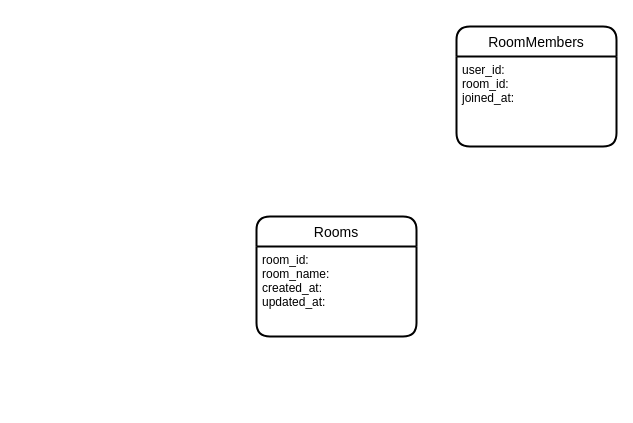
hamuchan214/CN2024morigaki keeps this draw.io diagram as server/ER.dio. Above is the earlier version. Source tidied: cells renumbered, new cells numbered last; positions are measured from the earlier drawing's top-left corner, leaving out a move shared by most shapes. Both pictures are drawn from the tidied source at 100%, with x=0, y=0 at pixel (256, 26).
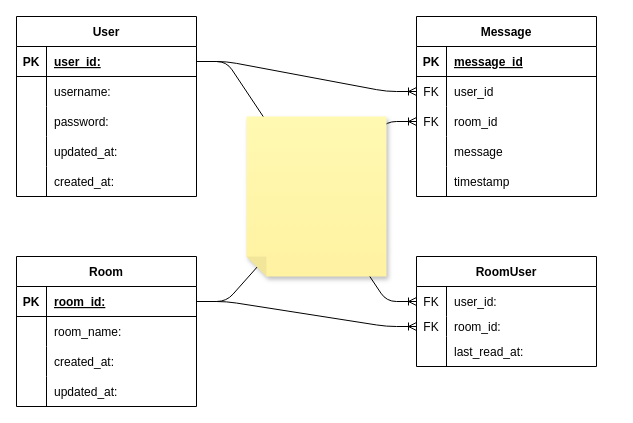
Above is the later version.

Change to the diagram source:
```diff
@@
-    <mxCell id="2" value="Rooms" style="swimlane;horizontal=1;startSize=30;rounded=1;fontSize=14;fontStyle=0;strokeWidth=2;shadow=0;dashed=0;align=center;" parent="1" vertex="1">
-      <mxGeometry y="190" width="160" height="120" as="geometry" />
-    </mxCell>
-    <mxCell id="3" value="room_id:&#10;room_name:&#10;created_at:&#10;updated_at:" style="align=left;strokeColor=none;fillColor=none;spacingLeft=4;fontSize=12;verticalAlign=top;" parent="2" vertex="1">
-      <mxGeometry y="30" width="160" height="90" as="geometry" />
-    </mxCell>
-    <mxCell id="4" value="RoomMembers" style="swimlane;horizontal=1;startSize=30;rounded=1;fontSize=14;fontStyle=0;strokeWidth=2;shadow=0;dashed=0;align=center;" parent="1" vertex="1">
-      <mxGeometry x="200" width="160" height="120" as="geometry" />
-    </mxCell>
-    <mxCell id="5" value="user_id:&#10;room_id:&#10;joined_at:" style="align=left;strokeColor=none;fillColor=none;spacingLeft=4;fontSize=12;verticalAlign=top;" parent="4" vertex="1">
-      <mxGeometry y="30" width="160" height="90" as="geometry" />
-    </mxCell>
+    <mxCell id="6" value="Message" style="shape=table;startSize=30;childLayout=tableLayout;rowLines=0;fontStyle=1;align=center;" parent="1" vertex="1">
+      <mxGeometry x="160" y="-10" width="180" height="180" as="geometry" />
+    </mxCell>
+    <mxCell id="7" style="shape=tableRow;horizontal=0;startSize=0;swimlaneHead=0;swimlaneBody=0;fillColor=none;top=0;left=0;right=0;bottom=1;" parent="6" vertex="1">
+      <mxGeometry y="30" width="180" height="30" as="geometry" />
+    </mxCell>
+    <mxCell id="8" value="PK" style="shape=partialRectangle;fillColor=none;top=0;left=0;bottom=0;right=0;fontStyle=1;overflow=hidden;" parent="7" vertex="1">
+      <mxGeometry width="30" height="30" as="geometry" />
+    </mxCell>
+    <mxCell id="9" value="message_id" style="shape=partialRectangle;fillColor=none;top=0;left=0;bottom=0;right=0;align=left;spacingLeft=6;fontStyle=5;overflow=hidden;" parent="7" vertex="1">
+      <mxGeometry x="30" width="150" height="30" as="geometry" />
+    </mxCell>
+    <mxCell id="10" style="shape=tableRow;horizontal=0;startSize=0;swimlaneHead=0;swimlaneBody=0;fillColor=none;points=[[0,0.5],[1,0.5]];portConstraint=eastwest;top=0;left=0;right=0;bottom=0;" parent="6" vertex="1">
+      <mxGeometry y="60" width="180" height="30" as="geometry" />
+    </mxCell>
+    <mxCell id="11" value="FK" style="shape=partialRectangle;fillColor=none;top=0;left=0;bottom=0;right=0;overflow=hidden;" parent="10" vertex="1">
+      <mxGeometry width="30" height="30" as="geometry" />
+    </mxCell>
+    <mxCell id="12" value="user_id" style="shape=partialRectangle;fillColor=none;top=0;left=0;bottom=0;right=0;align=left;spacingLeft=6;overflow=hidden;" parent="10" vertex="1">
+      <mxGeometry x="30" width="150" height="30" as="geometry" />
+    </mxCell>
+    <mxCell id="13" style="shape=tableRow;horizontal=0;startSize=0;swimlaneHead=0;swimlaneBody=0;fillColor=none;points=[[0,0.5],[1,0.5]];portConstraint=eastwest;top=0;left=0;right=0;bottom=0;" parent="6" vertex="1">
+      <mxGeometry y="90" width="180" height="30" as="geometry" />
+    </mxCell>
+    <mxCell id="14" value="FK" style="shape=partialRectangle;fillColor=none;top=0;left=0;bottom=0;right=0;overflow=hidden;" parent="13" vertex="1">
+      <mxGeometry width="30" height="30" as="geometry" />
+    </mxCell>
+    <mxCell id="15" value="room_id   " style="shape=partialRectangle;fillColor=none;top=0;left=0;bottom=0;right=0;align=left;spacingLeft=6;overflow=hidden;" parent="13" vertex="1">
+      <mxGeometry x="30" width="150" height="30" as="geometry" />
+    </mxCell>
+    <mxCell id="16" style="shape=tableRow;horizontal=0;startSize=0;swimlaneHead=0;swimlaneBody=0;fillColor=none;top=0;left=0;right=0;bottom=0;" parent="6" vertex="1">
+      <mxGeometry y="120" width="180" height="30" as="geometry" />
+    </mxCell>
+    <mxCell id="17" style="shape=partialRectangle;fillColor=none;top=0;left=0;bottom=0;right=0;overflow=hidden;" parent="16" vertex="1">
+      <mxGeometry width="30" height="30" as="geometry" />
+    </mxCell>
+    <mxCell id="18" value="message" style="shape=partialRectangle;fillColor=none;top=0;left=0;bottom=0;right=0;align=left;spacingLeft=6;overflow=hidden;" parent="16" vertex="1">
+      <mxGeometry x="30" width="150" height="30" as="geometry" />
+    </mxCell>
+    <mxCell id="19" style="shape=tableRow;horizontal=0;startSize=0;swimlaneHead=0;swimlaneBody=0;fillColor=none;top=0;left=0;right=0;bottom=0;" parent="6" vertex="1">
+      <mxGeometry y="150" width="180" height="30" as="geometry" />
+    </mxCell>
+    <mxCell id="20" style="shape=partialRectangle;fillColor=none;top=0;left=0;bottom=0;right=0;overflow=hidden;" parent="19" vertex="1">
+      <mxGeometry width="30" height="30" as="geometry" />
+    </mxCell>
+    <mxCell id="21" value="timestamp" style="shape=partialRectangle;fillColor=none;top=0;left=0;bottom=0;right=0;align=left;spacingLeft=6;overflow=hidden;" parent="19" vertex="1">
+      <mxGeometry x="30" width="150" height="30" as="geometry" />
+    </mxCell>
+    <mxCell id="22" value="RoomUser" style="shape=table;startSize=30;childLayout=tableLayout;rowLines=0;fontStyle=1;align=center;" parent="1" vertex="1">
+      <mxGeometry x="160" y="230" width="180" height="110" as="geometry" />
+    </mxCell>
+    <mxCell id="23" style="shape=tableRow;horizontal=0;startSize=0;swimlaneHead=0;swimlaneBody=0;fillColor=none;points=[[0,0.5],[1,0.5]];portConstraint=eastwest;top=0;left=0;right=0;bottom=0;" parent="22" vertex="1">
+      <mxGeometry y="30" width="180" height="30" as="geometry" />
+    </mxCell>
+    <mxCell id="24" value="FK" style="shape=partialRectangle;fillColor=none;top=0;left=0;bottom=0;right=0;overflow=hidden;" parent="23" vertex="1">
+      <mxGeometry width="30" height="30" as="geometry" />
+    </mxCell>
+    <mxCell id="25" value="user_id:" style="shape=partialRectangle;fillColor=none;top=0;left=0;bottom=0;right=0;align=left;spacingLeft=6;overflow=hidden;" parent="23" vertex="1">
+      <mxGeometry x="30" width="150" height="30" as="geometry" />
+    </mxCell>
+    <mxCell id="26" style="shape=tableRow;horizontal=0;startSize=0;swimlaneHead=0;swimlaneBody=0;fillColor=none;points=[[0,0.5],[1,0.5]];portConstraint=eastwest;top=0;left=0;right=0;bottom=0;" parent="22" vertex="1">
+      <mxGeometry y="60" width="180" height="20" as="geometry" />
+    </mxCell>
+    <mxCell id="27" value="FK" style="shape=partialRectangle;fillColor=none;top=0;left=0;bottom=0;right=0;overflow=hidden;" parent="26" vertex="1">
+      <mxGeometry width="30" height="20" as="geometry" />
+    </mxCell>
+    <mxCell id="28" value="room_id: " style="shape=partialRectangle;fillColor=none;top=0;left=0;bottom=0;right=0;align=left;spacingLeft=6;overflow=hidden;" parent="26" vertex="1">
+      <mxGeometry x="30" width="150" height="20" as="geometry" />
+    </mxCell>
+    <mxCell id="29" style="shape=tableRow;horizontal=0;startSize=0;swimlaneHead=0;swimlaneBody=0;fillColor=none;top=0;left=0;right=0;bottom=0;" parent="22" vertex="1">
+      <mxGeometry y="80" width="180" height="30" as="geometry" />
+    </mxCell>
+    <mxCell id="30" style="shape=partialRectangle;fillColor=none;top=0;left=0;bottom=0;right=0;overflow=hidden;" parent="29" vertex="1">
+      <mxGeometry width="30" height="30" as="geometry" />
+    </mxCell>
+    <mxCell id="31" value="last_read_at:" style="shape=partialRectangle;fillColor=none;top=0;left=0;bottom=0;right=0;align=left;spacingLeft=6;overflow=hidden;" parent="29" vertex="1">
+      <mxGeometry x="30" width="150" height="30" as="geometry" />
+    </mxCell>
+    <mxCell id="32" value="User" style="shape=table;startSize=30;childLayout=tableLayout;rowLines=0;fontStyle=1;align=center;" parent="1" vertex="1">
+      <mxGeometry x="-240" y="-10" width="180" height="180" as="geometry" />
+    </mxCell>
+    <mxCell id="33" style="shape=tableRow;horizontal=0;startSize=0;swimlaneHead=0;swimlaneBody=0;fillColor=none;points=[[0,0.5],[1,0.5]];portConstraint=eastwest;top=0;left=0;right=0;bottom=1;" parent="32" vertex="1">
+      <mxGeometry y="30" width="180" height="30" as="geometry" />
+    </mxCell>
+    <mxCell id="34" value="PK" style="shape=partialRectangle;fillColor=none;top=0;left=0;bottom=0;right=0;fontStyle=1;overflow=hidden;" parent="33" vertex="1">
+      <mxGeometry width="30" height="30" as="geometry" />
+    </mxCell>
+    <mxCell id="35" value="user_id:" style="shape=partialRectangle;fillColor=none;top=0;left=0;bottom=0;right=0;align=left;spacingLeft=6;fontStyle=5;overflow=hidden;" parent="33" vertex="1">
+      <mxGeometry x="30" width="150" height="30" as="geometry" />
+    </mxCell>
+    <mxCell id="36" style="shape=tableRow;horizontal=0;startSize=0;swimlaneHead=0;swimlaneBody=0;fillColor=none;top=0;left=0;right=0;bottom=0;" parent="32" vertex="1">
+      <mxGeometry y="60" width="180" height="30" as="geometry" />
+    </mxCell>
+    <mxCell id="37" style="shape=partialRectangle;fillColor=none;top=0;left=0;bottom=0;right=0;overflow=hidden;" parent="36" vertex="1">
+      <mxGeometry width="30" height="30" as="geometry" />
+    </mxCell>
+    <mxCell id="38" value="username:" style="shape=partialRectangle;fillColor=none;top=0;left=0;bottom=0;right=0;align=left;spacingLeft=6;overflow=hidden;" parent="36" vertex="1">
+      <mxGeometry x="30" width="150" height="30" as="geometry" />
+    </mxCell>
+    <mxCell id="39" style="shape=tableRow;horizontal=0;startSize=0;swimlaneHead=0;swimlaneBody=0;fillColor=none;top=0;left=0;right=0;bottom=0;" parent="32" vertex="1">
+      <mxGeometry y="90" width="180" height="30" as="geometry" />
+    </mxCell>
+    <mxCell id="40" style="shape=partialRectangle;fillColor=none;top=0;left=0;bottom=0;right=0;overflow=hidden;" parent="39" vertex="1">
+      <mxGeometry width="30" height="30" as="geometry" />
+    </mxCell>
+    <mxCell id="41" value="password:" style="shape=partialRectangle;fillColor=none;top=0;left=0;bottom=0;right=0;align=left;spacingLeft=6;overflow=hidden;" parent="39" vertex="1">
+      <mxGeometry x="30" width="150" height="30" as="geometry" />
+    </mxCell>
+    <mxCell id="42" style="shape=tableRow;horizontal=0;startSize=0;swimlaneHead=0;swimlaneBody=0;fillColor=none;top=0;left=0;right=0;bottom=0;" parent="32" vertex="1">
+      <mxGeometry y="120" width="180" height="30" as="geometry" />
+    </mxCell>
+    <mxCell id="43" style="shape=partialRectangle;fillColor=none;top=0;left=0;bottom=0;right=0;overflow=hidden;" parent="42" vertex="1">
+      <mxGeometry width="30" height="30" as="geometry" />
+    </mxCell>
+    <mxCell id="44" value="updated_at:" style="shape=partialRectangle;fillColor=none;top=0;left=0;bottom=0;right=0;align=left;spacingLeft=6;overflow=hidden;" parent="42" vertex="1">
+      <mxGeometry x="30" width="150" height="30" as="geometry" />
+    </mxCell>
+    <mxCell id="45" style="shape=tableRow;horizontal=0;startSize=0;swimlaneHead=0;swimlaneBody=0;fillColor=none;top=0;left=0;right=0;bottom=0;" parent="32" vertex="1">
+      <mxGeometry y="150" width="180" height="30" as="geometry" />
+    </mxCell>
+    <mxCell id="46" style="shape=partialRectangle;fillColor=none;top=0;left=0;bottom=0;right=0;overflow=hidden;" parent="45" vertex="1">
+      <mxGeometry width="30" height="30" as="geometry" />
+    </mxCell>
+    <mxCell id="47" value="created_at:" style="shape=partialRectangle;fillColor=none;top=0;left=0;bottom=0;right=0;align=left;spacingLeft=6;overflow=hidden;" parent="45" vertex="1">
+      <mxGeometry x="30" width="150" height="30" as="geometry" />
+    </mxCell>
+    <mxCell id="48" value="Room" style="shape=table;startSize=30;childLayout=tableLayout;rowLines=0;fontStyle=1;align=center;" parent="1" vertex="1">
+      <mxGeometry x="-240" y="230" width="180" height="150" as="geometry" />
+    </mxCell>
+    <mxCell id="49" style="shape=tableRow;horizontal=0;startSize=0;swimlaneHead=0;swimlaneBody=0;fillColor=none;points=[[0,0.5],[1,0.5]];portConstraint=eastwest;top=0;left=0;right=0;bottom=1;" parent="48" vertex="1">
+      <mxGeometry y="30" width="180" height="30" as="geometry" />
+    </mxCell>
+    <mxCell id="50" value="PK" style="shape=partialRectangle;fillColor=none;top=0;left=0;bottom=0;right=0;fontStyle=1;overflow=hidden;" parent="49" vertex="1">
+      <mxGeometry width="30" height="30" as="geometry" />
+    </mxCell>
+    <mxCell id="51" value="room_id:" style="shape=partialRectangle;fillColor=none;top=0;left=0;bottom=0;right=0;align=left;spacingLeft=6;fontStyle=5;overflow=hidden;" parent="49" vertex="1">
+      <mxGeometry x="30" width="150" height="30" as="geometry" />
+    </mxCell>
+    <mxCell id="52" style="shape=tableRow;horizontal=0;startSize=0;swimlaneHead=0;swimlaneBody=0;fillColor=none;top=0;left=0;right=0;bottom=0;" parent="48" vertex="1">
+      <mxGeometry y="60" width="180" height="30" as="geometry" />
+    </mxCell>
+    <mxCell id="53" style="shape=partialRectangle;fillColor=none;top=0;left=0;bottom=0;right=0;overflow=hidden;" parent="52" vertex="1">
+      <mxGeometry width="30" height="30" as="geometry" />
+    </mxCell>
+    <mxCell id="54" value="room_name:" style="shape=partialRectangle;fillColor=none;top=0;left=0;bottom=0;right=0;align=left;spacingLeft=6;overflow=hidden;" parent="52" vertex="1">
+      <mxGeometry x="30" width="150" height="30" as="geometry" />
+    </mxCell>
+    <mxCell id="55" style="shape=tableRow;horizontal=0;startSize=0;swimlaneHead=0;swimlaneBody=0;fillColor=none;top=0;left=0;right=0;bottom=0;" parent="48" vertex="1">
+      <mxGeometry y="90" width="180" height="30" as="geometry" />
+    </mxCell>
+    <mxCell id="56" style="shape=partialRectangle;fillColor=none;top=0;left=0;bottom=0;right=0;overflow=hidden;" parent="55" vertex="1">
+      <mxGeometry width="30" height="30" as="geometry" />
+    </mxCell>
+    <mxCell id="57" value="created_at:" style="shape=partialRectangle;fillColor=none;top=0;left=0;bottom=0;right=0;align=left;spacingLeft=6;overflow=hidden;" parent="55" vertex="1">
+      <mxGeometry x="30" width="150" height="30" as="geometry" />
+    </mxCell>
+    <mxCell id="58" style="shape=tableRow;horizontal=0;startSize=0;swimlaneHead=0;swimlaneBody=0;fillColor=none;top=0;left=0;right=0;bottom=0;" parent="48" vertex="1">
+      <mxGeometry y="120" width="180" height="30" as="geometry" />
+    </mxCell>
+    <mxCell id="59" style="shape=partialRectangle;fillColor=none;top=0;left=0;bottom=0;right=0;overflow=hidden;" parent="58" vertex="1">
+      <mxGeometry width="30" height="30" as="geometry" />
+    </mxCell>
+    <mxCell id="60" value="updated_at:" style="shape=partialRectangle;fillColor=none;top=0;left=0;bottom=0;right=0;align=left;spacingLeft=6;overflow=hidden;" parent="58" vertex="1">
+      <mxGeometry x="30" width="150" height="30" as="geometry" />
+    </mxCell>
+    <mxCell id="61" style="edgeStyle=entityRelationEdgeStyle;fontSize=12;html=1;endArrow=ERoneToMany;exitX=1;exitY=0.5;exitDx=0;exitDy=0;entryX=0;entryY=0.5;entryDx=0;entryDy=0;" parent="1" edge="1" source="33" target="10">
+      <mxGeometry relative="1" as="geometry" />
+    </mxCell>
+    <mxCell id="62" style="edgeStyle=entityRelationEdgeStyle;fontSize=12;html=1;endArrow=ERoneToMany;exitX=1;exitY=0.5;exitDx=0;exitDy=0;entryX=0;entryY=0.5;entryDx=0;entryDy=0;" parent="1" edge="1" source="49" target="26">
+      <mxGeometry relative="1" as="geometry" />
+    </mxCell>
+    <mxCell id="63" style="edgeStyle=entityRelationEdgeStyle;fontSize=12;html=1;endArrow=ERoneToMany;exitX=1;exitY=0.5;exitDx=0;exitDy=0;entryX=0;entryY=0.5;entryDx=0;entryDy=0;" parent="1" edge="1" source="49" target="13">
+      <mxGeometry relative="1" as="geometry" />
+    </mxCell>
+    <mxCell id="64" style="edgeStyle=entityRelationEdgeStyle;fontSize=12;html=1;endArrow=ERoneToMany;exitX=1;exitY=0.5;exitDx=0;exitDy=0;entryX=0;entryY=0.5;entryDx=0;entryDy=0;" parent="1" edge="1" source="33" target="23">
+      <mxGeometry relative="1" as="geometry" />
+    </mxCell>
+    <mxCell id="65" style="shape=note;whiteSpace=wrap;html=1;backgroundOutline=1;fontColor=#000000;darkOpacity=0.05;fillColor=#FFF9B2;strokeColor=none;fillStyle=solid;direction=west;gradientDirection=north;gradientColor=#FFF2A1;shadow=1;size=20;" parent="1" vertex="1">
+      <mxGeometry x="-10" y="90" width="140" height="160" as="geometry" />
+    </mxCell>
```
